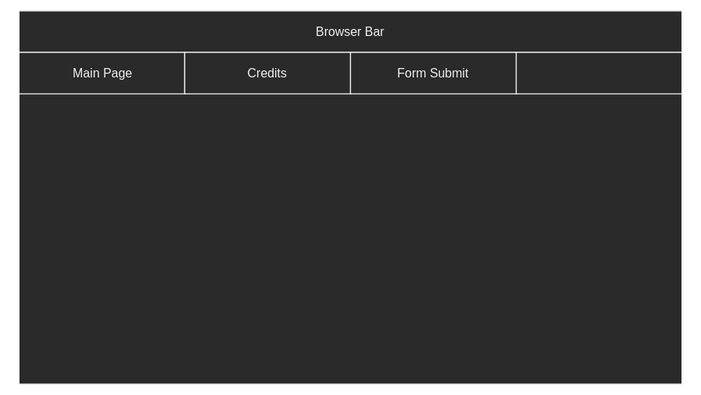
Above: Untitled Diagram.svg in Irenezs/Notes (draw.io), before the change. Source tidied: cells renumbered, new cells last; positions are measured from the earlier drawing's top-left corner, leaving out a move shared by most shapes. Its diagram source:
```xml
<mxGraphModel>
  <root>
    <mxCell id="0" />
    <mxCell id="1" parent="0" />
    <mxCell id="2" style="rounded=0;whiteSpace=wrap;html=1;" parent="1" vertex="1">
      <mxGeometry width="640" height="360" as="geometry" />
    </mxCell>
    <mxCell id="3" value="Browser Bar" style="rounded=0;whiteSpace=wrap;html=1;" parent="1" vertex="1">
      <mxGeometry width="640" height="40" as="geometry" />
    </mxCell>
    <mxCell id="4" value="Main Page" style="rounded=0;whiteSpace=wrap;html=1;" parent="1" vertex="1">
      <mxGeometry y="40" width="160" height="40" as="geometry" />
    </mxCell>
    <mxCell id="5" value="Credits" style="rounded=0;whiteSpace=wrap;html=1;" parent="1" vertex="1">
      <mxGeometry x="160" y="40" width="160" height="40" as="geometry" />
    </mxCell>
    <mxCell id="6" value="Form Submit" style="rounded=0;whiteSpace=wrap;html=1;" parent="1" vertex="1">
      <mxGeometry x="320" y="40" width="160" height="40" as="geometry" />
    </mxCell>
    <mxCell id="7" style="rounded=0;whiteSpace=wrap;html=1;" parent="1" vertex="1">
      <mxGeometry x="480" y="40" width="160" height="40" as="geometry" />
    </mxCell>
  </root>
</mxGraphModel>
```
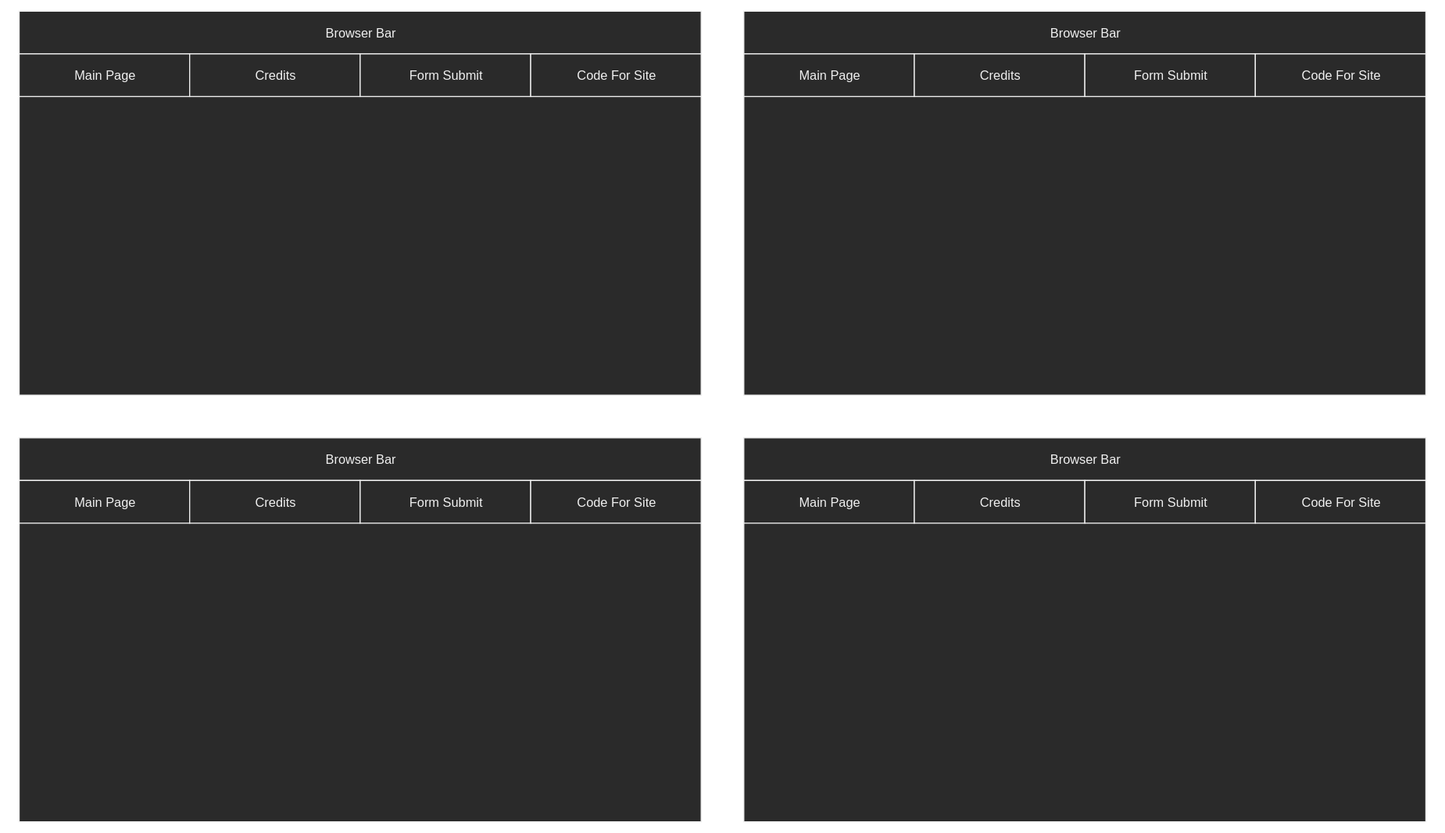
After the change.

Commit message:
vault backup: 2022-06-22 22:55:12

Diff of the diagram source:
```diff
@@ -17,8 +17,62 @@
     <mxCell id="6" value="Form Submit" style="rounded=0;whiteSpace=wrap;html=1;" parent="1" vertex="1">
       <mxGeometry x="320" y="40" width="160" height="40" as="geometry" />
     </mxCell>
-    <mxCell id="7" style="rounded=0;whiteSpace=wrap;html=1;" parent="1" vertex="1">
+    <mxCell id="7" value="Code For Site" style="rounded=0;whiteSpace=wrap;html=1;" parent="1" vertex="1">
       <mxGeometry x="480" y="40" width="160" height="40" as="geometry" />
     </mxCell>
+    <mxCell id="8" style="rounded=0;whiteSpace=wrap;html=1;" parent="1" vertex="1">
+      <mxGeometry x="680" width="640" height="360" as="geometry" />
+    </mxCell>
+    <mxCell id="9" value="Browser Bar" style="rounded=0;whiteSpace=wrap;html=1;" parent="1" vertex="1">
+      <mxGeometry x="680" width="640" height="40" as="geometry" />
+    </mxCell>
+    <mxCell id="10" value="Main Page" style="rounded=0;whiteSpace=wrap;html=1;" parent="1" vertex="1">
+      <mxGeometry x="680" y="40" width="160" height="40" as="geometry" />
+    </mxCell>
+    <mxCell id="11" value="Credits" style="rounded=0;whiteSpace=wrap;html=1;" parent="1" vertex="1">
+      <mxGeometry x="840" y="40" width="160" height="40" as="geometry" />
+    </mxCell>
+    <mxCell id="12" value="Form Submit" style="rounded=0;whiteSpace=wrap;html=1;" parent="1" vertex="1">
+      <mxGeometry x="1000" y="40" width="160" height="40" as="geometry" />
+    </mxCell>
+    <mxCell id="13" value="Code For Site" style="rounded=0;whiteSpace=wrap;html=1;" parent="1" vertex="1">
+      <mxGeometry x="1160" y="40" width="160" height="40" as="geometry" />
+    </mxCell>
+    <mxCell id="14" style="rounded=0;whiteSpace=wrap;html=1;" parent="1" vertex="1">
+      <mxGeometry y="400" width="640" height="360" as="geometry" />
+    </mxCell>
+    <mxCell id="15" value="Browser Bar" style="rounded=0;whiteSpace=wrap;html=1;" parent="1" vertex="1">
+      <mxGeometry y="400" width="640" height="40" as="geometry" />
+    </mxCell>
+    <mxCell id="16" value="Main Page" style="rounded=0;whiteSpace=wrap;html=1;" parent="1" vertex="1">
+      <mxGeometry y="440" width="160" height="40" as="geometry" />
+    </mxCell>
+    <mxCell id="17" value="Credits" style="rounded=0;whiteSpace=wrap;html=1;" parent="1" vertex="1">
+      <mxGeometry x="160" y="440" width="160" height="40" as="geometry" />
+    </mxCell>
+    <mxCell id="18" value="Form Submit" style="rounded=0;whiteSpace=wrap;html=1;" parent="1" vertex="1">
+      <mxGeometry x="320" y="440" width="160" height="40" as="geometry" />
+    </mxCell>
+    <mxCell id="19" value="Code For Site" style="rounded=0;whiteSpace=wrap;html=1;" parent="1" vertex="1">
+      <mxGeometry x="480" y="440" width="160" height="40" as="geometry" />
+    </mxCell>
+    <mxCell id="20" style="rounded=0;whiteSpace=wrap;html=1;" parent="1" vertex="1">
+      <mxGeometry x="680" y="400" width="640" height="360" as="geometry" />
+    </mxCell>
+    <mxCell id="21" value="Browser Bar" style="rounded=0;whiteSpace=wrap;html=1;" parent="1" vertex="1">
+      <mxGeometry x="680" y="400" width="640" height="40" as="geometry" />
+    </mxCell>
+    <mxCell id="22" value="Main Page" style="rounded=0;whiteSpace=wrap;html=1;" parent="1" vertex="1">
+      <mxGeometry x="680" y="440" width="160" height="40" as="geometry" />
+    </mxCell>
+    <mxCell id="23" value="Credits" style="rounded=0;whiteSpace=wrap;html=1;" parent="1" vertex="1">
+      <mxGeometry x="840" y="440" width="160" height="40" as="geometry" />
+    </mxCell>
+    <mxCell id="24" value="Form Submit" style="rounded=0;whiteSpace=wrap;html=1;" parent="1" vertex="1">
+      <mxGeometry x="1000" y="440" width="160" height="40" as="geometry" />
+    </mxCell>
+    <mxCell id="25" value="Code For Site" style="rounded=0;whiteSpace=wrap;html=1;" parent="1" vertex="1">
+      <mxGeometry x="1160" y="440" width="160" height="40" as="geometry" />
+    </mxCell>
   </root>
 </mxGraphModel>
```
